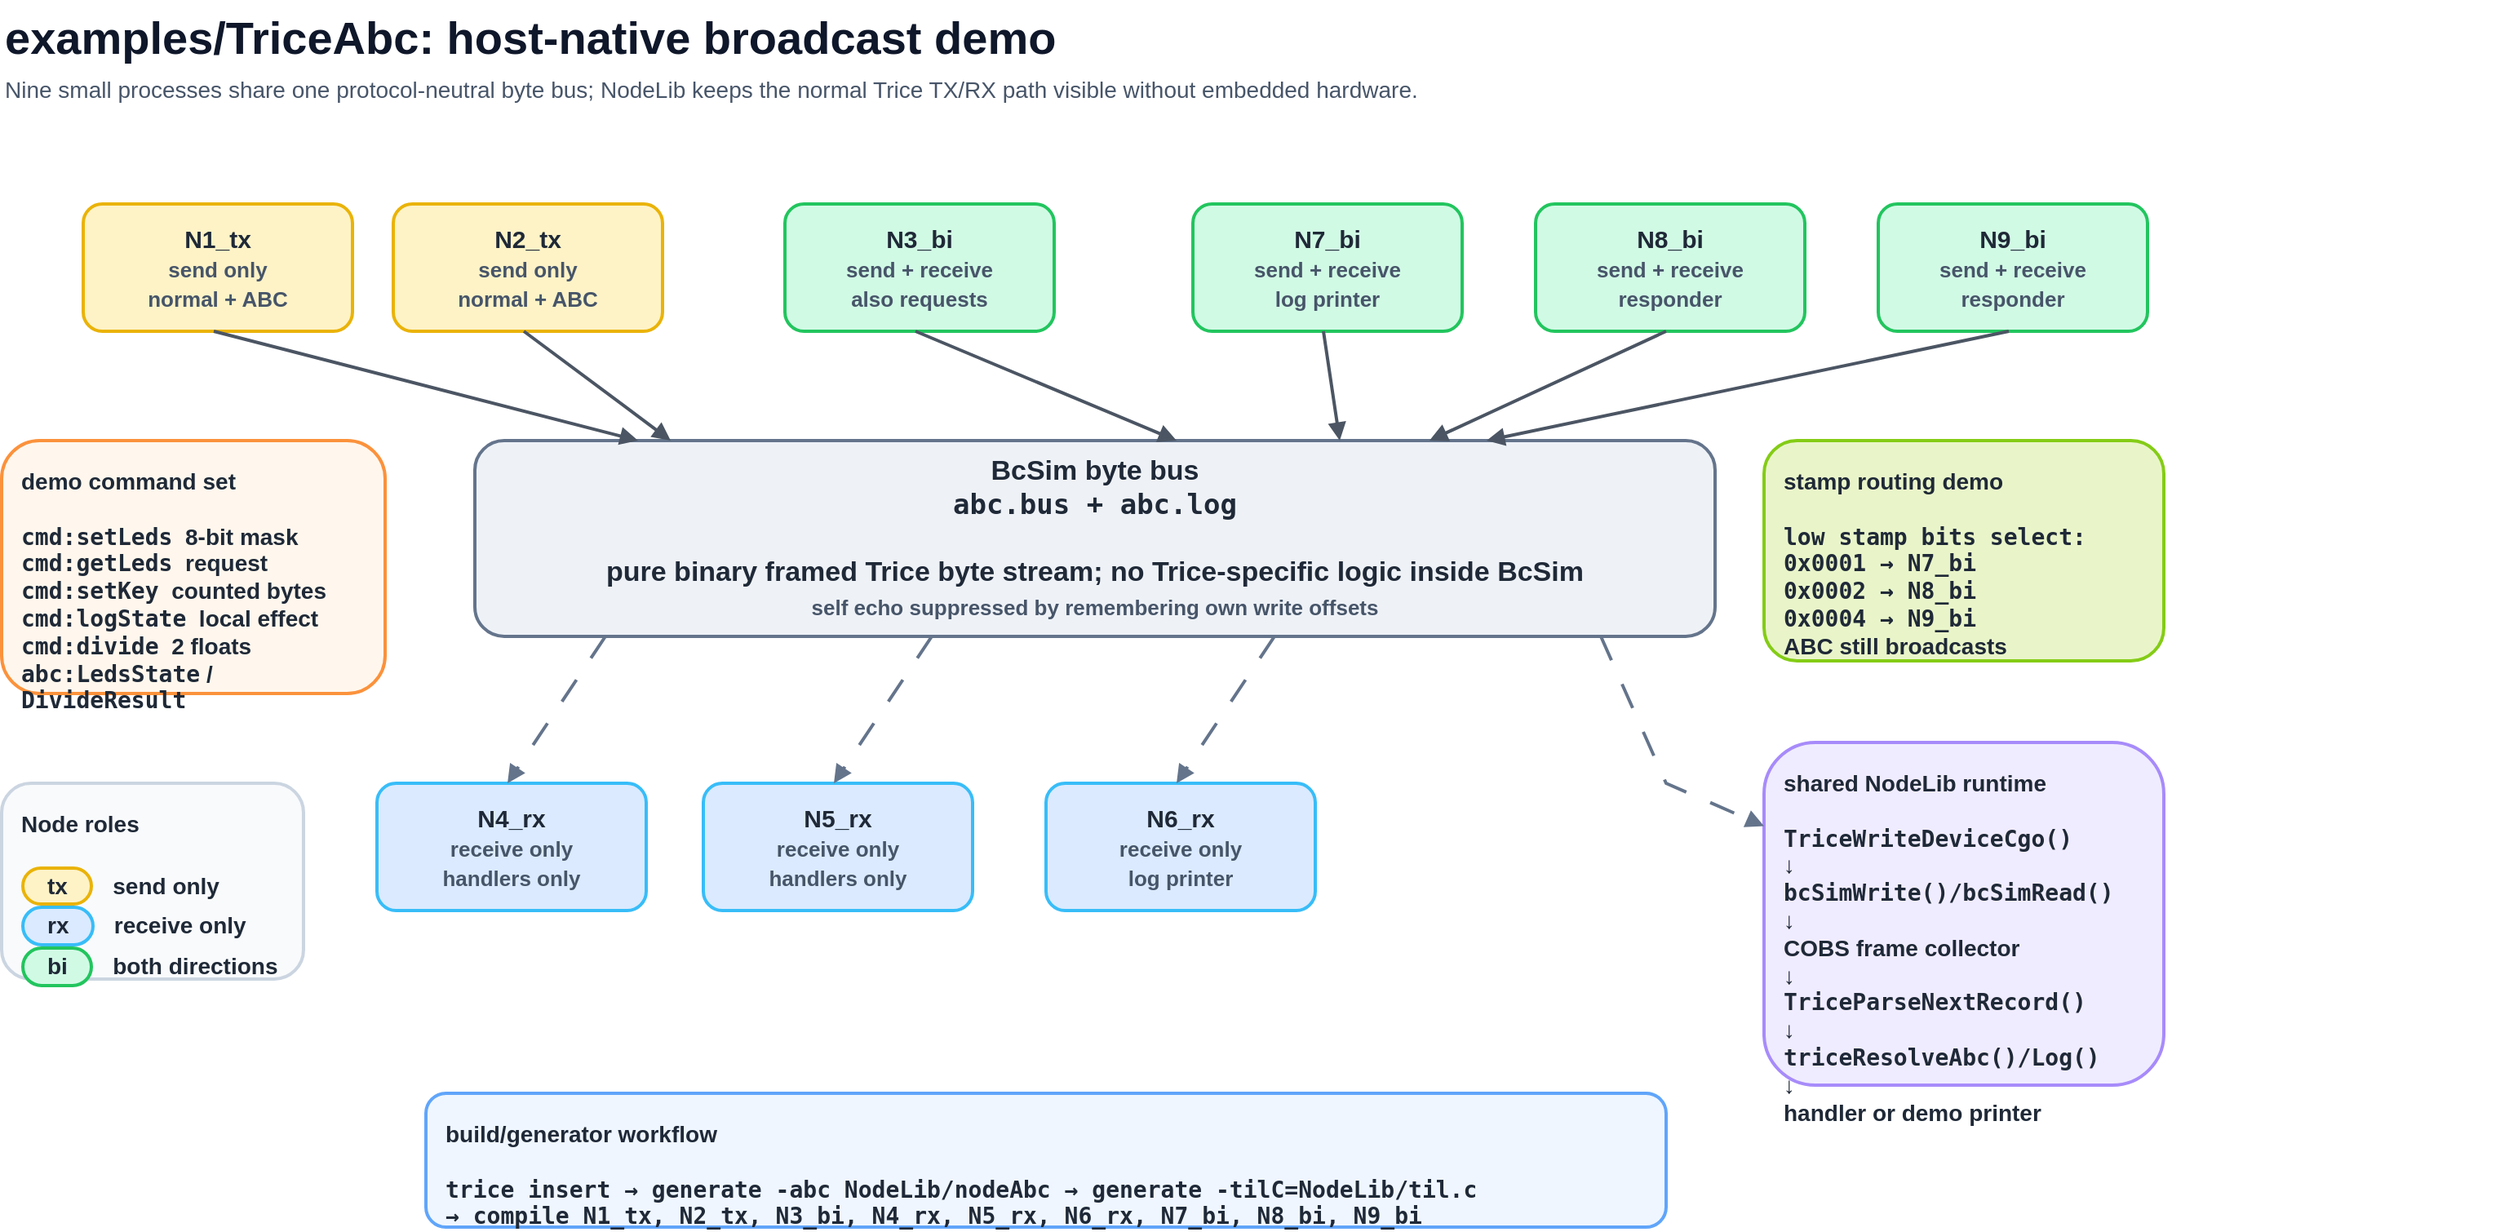
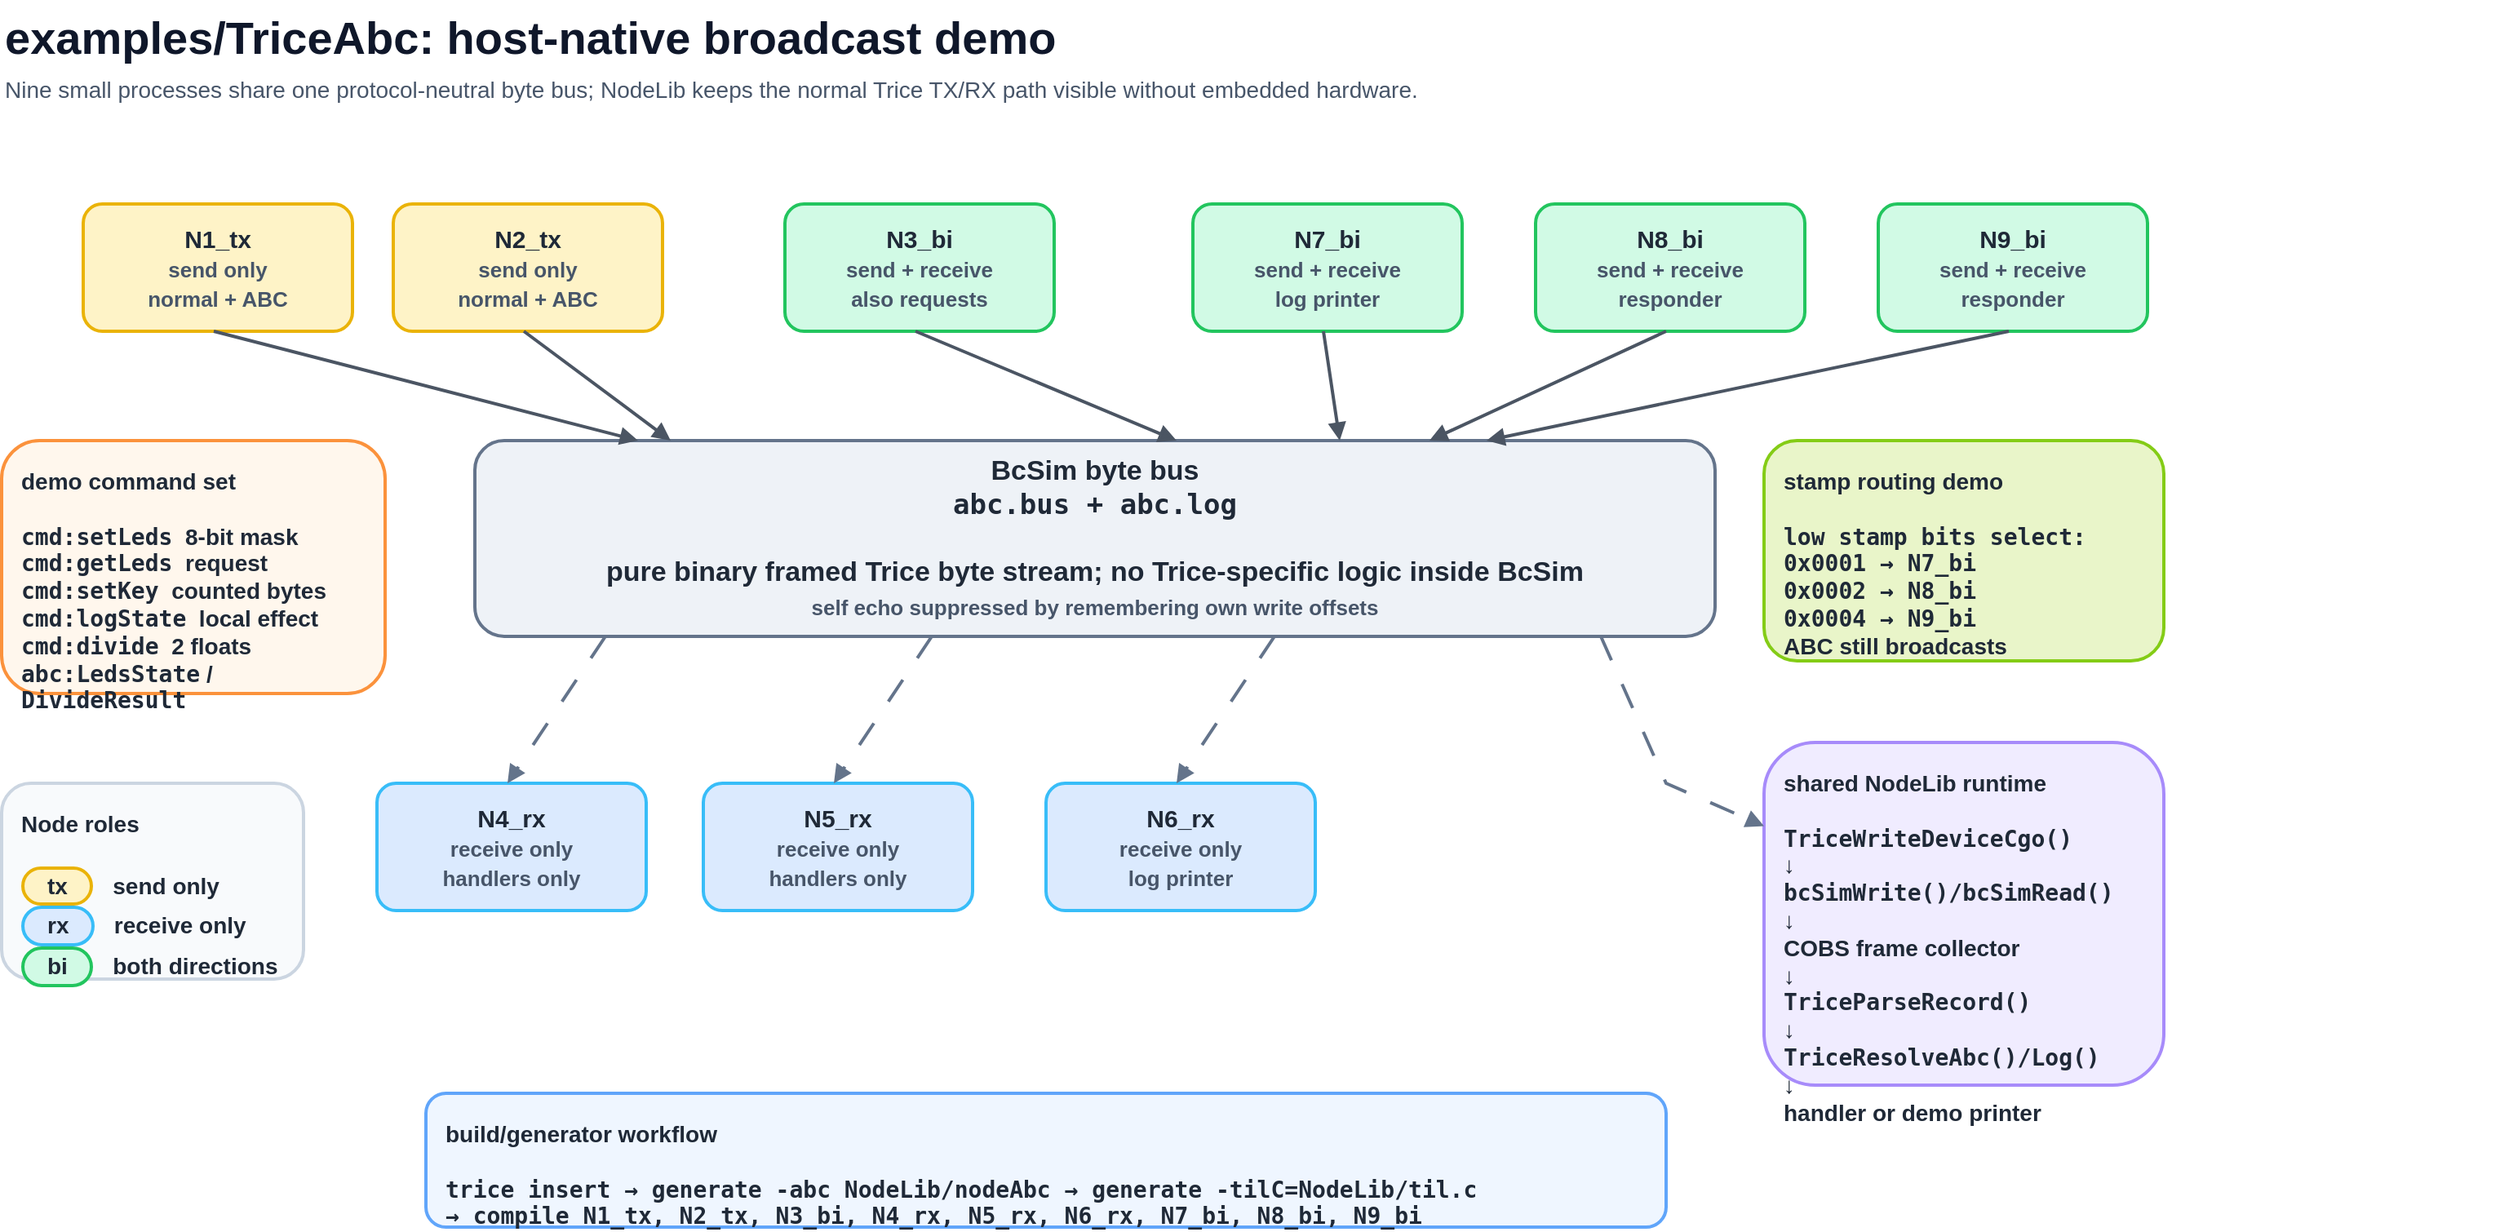
<?xml version="1.0" encoding="UTF-8"?>
<mxfile host="app.diagrams.net" modified="2026-06-26T12:00:00.000Z" agent="OpenAI" version="24.7.17" type="device">
  <diagram id="diagram1" name="TriceAbc host demo bus">
    <mxGraphModel dx="1700" dy="1100" grid="1" gridSize="10" guides="1" tooltips="1" connect="1" arrows="1" fold="1" page="1" pageScale="1" pageWidth="1700" pageHeight="1100" math="0" shadow="0">
      <root>
        <mxCell id="0"/>
        <mxCell id="1" parent="0"/>
        <mxCell id="2" value="examples/TriceAbc: host-native broadcast demo" style="text;html=1;strokeColor=none;fillColor=none;align=left;verticalAlign=top;whiteSpace=wrap;rounded=0;fontSize=28;fontStyle=1;fontColor=#0f172a;" vertex="1" parent="1">
          <mxGeometry x="40" y="20" width="1500" height="40" as="geometry"/>
        </mxCell>
        <mxCell id="3" value="Nine small processes share one protocol-neutral byte bus; NodeLib keeps the normal Trice TX/RX path visible without embedded hardware." style="text;html=1;strokeColor=none;fillColor=none;align=left;verticalAlign=top;whiteSpace=wrap;rounded=0;fontSize=14;fontColor=#475569;" vertex="1" parent="1">
          <mxGeometry x="40" y="60" width="1530" height="28" as="geometry"/>
        </mxCell>
        <mxCell id="4" value="&lt;div style=&quot;text-align:center;&quot;&gt;&lt;b&gt;N1_tx&lt;/b&gt;&lt;br/&gt;&lt;font style=&quot;font-size:13px;color:#475569;&quot;&gt;send only&lt;br/&gt;normal + ABC&lt;/font&gt;&lt;/div&gt;" style="rounded=1;whiteSpace=wrap;html=1;fillColor=#fef3c7;strokeColor=#eab308;strokeWidth=2;fontSize=15;fontColor=#1f2937;fontStyle=1;align=center;verticalAlign=middle;spacing=8;" vertex="1" parent="1">
          <mxGeometry x="90" y="145" width="165" height="78" as="geometry"/>
        </mxCell>
        <mxCell id="5" value="&lt;div style=&quot;text-align:center;&quot;&gt;&lt;b&gt;N2_tx&lt;/b&gt;&lt;br/&gt;&lt;font style=&quot;font-size:13px;color:#475569;&quot;&gt;send only&lt;br/&gt;normal + ABC&lt;/font&gt;&lt;/div&gt;" style="rounded=1;whiteSpace=wrap;html=1;fillColor=#fef3c7;strokeColor=#eab308;strokeWidth=2;fontSize=15;fontColor=#1f2937;fontStyle=1;align=center;verticalAlign=middle;spacing=8;" vertex="1" parent="1">
          <mxGeometry x="280" y="145" width="165" height="78" as="geometry"/>
        </mxCell>
        <mxCell id="6" value="&lt;div style=&quot;text-align:center;&quot;&gt;&lt;b&gt;N3_bi&lt;/b&gt;&lt;br/&gt;&lt;font style=&quot;font-size:13px;color:#475569;&quot;&gt;send + receive&lt;br/&gt;also requests&lt;/font&gt;&lt;/div&gt;" style="rounded=1;whiteSpace=wrap;html=1;fillColor=#d1fae5;strokeColor=#22c55e;strokeWidth=2;fontSize=15;fontColor=#1f2937;fontStyle=1;align=center;verticalAlign=middle;spacing=8;" vertex="1" parent="1">
          <mxGeometry x="520" y="145" width="165" height="78" as="geometry"/>
        </mxCell>
        <mxCell id="7" value="&lt;div style=&quot;text-align:center;&quot;&gt;&lt;b&gt;N7_bi&lt;/b&gt;&lt;br/&gt;&lt;font style=&quot;font-size:13px;color:#475569;&quot;&gt;send + receive&lt;br/&gt;log printer&lt;/font&gt;&lt;/div&gt;" style="rounded=1;whiteSpace=wrap;html=1;fillColor=#d1fae5;strokeColor=#22c55e;strokeWidth=2;fontSize=15;fontColor=#1f2937;fontStyle=1;align=center;verticalAlign=middle;spacing=8;" vertex="1" parent="1">
          <mxGeometry x="770" y="145" width="165" height="78" as="geometry"/>
        </mxCell>
        <mxCell id="8" value="&lt;div style=&quot;text-align:center;&quot;&gt;&lt;b&gt;N8_bi&lt;/b&gt;&lt;br/&gt;&lt;font style=&quot;font-size:13px;color:#475569;&quot;&gt;send + receive&lt;br/&gt;responder&lt;/font&gt;&lt;/div&gt;" style="rounded=1;whiteSpace=wrap;html=1;fillColor=#d1fae5;strokeColor=#22c55e;strokeWidth=2;fontSize=15;fontColor=#1f2937;fontStyle=1;align=center;verticalAlign=middle;spacing=8;" vertex="1" parent="1">
          <mxGeometry x="980" y="145" width="165" height="78" as="geometry"/>
        </mxCell>
        <mxCell id="9" value="&lt;div style=&quot;text-align:center;&quot;&gt;&lt;b&gt;N9_bi&lt;/b&gt;&lt;br/&gt;&lt;font style=&quot;font-size:13px;color:#475569;&quot;&gt;send + receive&lt;br/&gt;responder&lt;/font&gt;&lt;/div&gt;" style="rounded=1;whiteSpace=wrap;html=1;fillColor=#d1fae5;strokeColor=#22c55e;strokeWidth=2;fontSize=15;fontColor=#1f2937;fontStyle=1;align=center;verticalAlign=middle;spacing=8;" vertex="1" parent="1">
          <mxGeometry x="1190" y="145" width="165" height="78" as="geometry"/>
        </mxCell>
        <mxCell id="10" value="&lt;div style=&quot;text-align:center;&quot;&gt;&lt;b&gt;BcSim byte bus&lt;/b&gt;&lt;br/&gt;&lt;font face=&quot;monospace&quot;&gt;abc.bus + abc.log&lt;/font&gt;&lt;br/&gt;&lt;br/&gt;pure binary framed Trice byte stream; no Trice-specific logic inside BcSim&lt;br/&gt;&lt;span style=&quot;font-size:13px;color:#475569;&quot;&gt;self echo suppressed by remembering own write offsets&lt;/span&gt;&lt;/div&gt;" style="rounded=1;whiteSpace=wrap;html=1;fillColor=#eef2f7;strokeColor=#64748b;strokeWidth=2;fontSize=17;fontColor=#1f2937;fontStyle=1;align=center;verticalAlign=middle;spacing=8;" vertex="1" parent="1">
          <mxGeometry x="330" y="290" width="760" height="120" as="geometry"/>
        </mxCell>
        <mxCell id="11" value="&lt;b&gt;demo command set&lt;/b&gt;&lt;br/&gt;&lt;br/&gt;&lt;font face=&quot;monospace&quot;&gt;cmd:setLeds&lt;/font&gt; &amp;nbsp;8-bit mask&lt;br/&gt;&lt;font face=&quot;monospace&quot;&gt;cmd:getLeds&lt;/font&gt; &amp;nbsp;request&lt;br/&gt;&lt;font face=&quot;monospace&quot;&gt;cmd:setKey&lt;/font&gt; &amp;nbsp;counted bytes&lt;br/&gt;&lt;font face=&quot;monospace&quot;&gt;cmd:logState&lt;/font&gt; &amp;nbsp;local effect&lt;br/&gt;&lt;font face=&quot;monospace&quot;&gt;cmd:divide&lt;/font&gt; &amp;nbsp;2 floats&lt;br/&gt;&lt;font face=&quot;monospace&quot;&gt;abc:LedsState&lt;/font&gt; / &lt;font face=&quot;monospace&quot;&gt;DivideResult&lt;/font&gt;" style="rounded=1;whiteSpace=wrap;html=1;fillColor=#fff7ed;strokeColor=#fb923c;strokeWidth=2;fontSize=14;fontColor=#1f2937;fontStyle=1;align=left;verticalAlign=top;spacing=12;" vertex="1" parent="1">
          <mxGeometry x="40" y="290" width="235" height="155" as="geometry"/>
        </mxCell>
        <mxCell id="12" value="&lt;b&gt;stamp routing demo&lt;/b&gt;&lt;br/&gt;&lt;br/&gt;&lt;font face=&quot;monospace&quot;&gt;low stamp bits select:&lt;/font&gt;&lt;br/&gt;&lt;font face=&quot;monospace&quot;&gt;0x0001 → N7_bi&lt;/font&gt;&lt;br/&gt;&lt;font face=&quot;monospace&quot;&gt;0x0002 → N8_bi&lt;/font&gt;&lt;br/&gt;&lt;font face=&quot;monospace&quot;&gt;0x0004 → N9_bi&lt;/font&gt;&lt;br/&gt;ABC still broadcasts" style="rounded=1;whiteSpace=wrap;html=1;fillColor=#e9f5c9;strokeColor=#84cc16;strokeWidth=2;fontSize=14;fontColor=#1f2937;fontStyle=1;align=left;verticalAlign=top;spacing=12;" vertex="1" parent="1">
          <mxGeometry x="1120" y="290" width="245" height="135" as="geometry"/>
        </mxCell>
-         <mxCell id="13" value="&lt;b&gt;shared NodeLib runtime&lt;/b&gt;&lt;br/&gt;&lt;br/&gt;&lt;font face=&quot;monospace&quot;&gt;TriceWriteDeviceCgo()&lt;/font&gt;&lt;br/&gt;↓&lt;br/&gt;&lt;font face=&quot;monospace&quot;&gt;bcSimWrite()/bcSimRead()&lt;/font&gt;&lt;br/&gt;↓&lt;br/&gt;COBS frame collector&lt;br/&gt;↓&lt;br/&gt;&lt;font face=&quot;monospace&quot;&gt;TriceParseNextRecord()&lt;/font&gt;&lt;br/&gt;↓&lt;br/&gt;&lt;font face=&quot;monospace&quot;&gt;triceResolveAbc()/Log()&lt;/font&gt;&lt;br/&gt;↓&lt;br/&gt;handler or demo printer" style="rounded=1;whiteSpace=wrap;html=1;fillColor=#f0ecff;strokeColor=#a78bfa;strokeWidth=2;fontSize=14;fontColor=#1f2937;fontStyle=1;align=left;verticalAlign=top;spacing=12;" vertex="1" parent="1">
+         <mxCell id="13" value="&lt;b&gt;shared NodeLib runtime&lt;/b&gt;&lt;br/&gt;&lt;br/&gt;&lt;font face=&quot;monospace&quot;&gt;TriceWriteDeviceCgo()&lt;/font&gt;&lt;br/&gt;↓&lt;br/&gt;&lt;font face=&quot;monospace&quot;&gt;bcSimWrite()/bcSimRead()&lt;/font&gt;&lt;br/&gt;↓&lt;br/&gt;COBS frame collector&lt;br/&gt;↓&lt;br/&gt;&lt;font face=&quot;monospace&quot;&gt;TriceParseRecord()&lt;/font&gt;&lt;br/&gt;↓&lt;br/&gt;&lt;font face=&quot;monospace&quot;&gt;TriceResolveAbc()/Log()&lt;/font&gt;&lt;br/&gt;↓&lt;br/&gt;handler or demo printer" style="rounded=1;whiteSpace=wrap;html=1;fillColor=#f0ecff;strokeColor=#a78bfa;strokeWidth=2;fontSize=14;fontColor=#1f2937;fontStyle=1;align=left;verticalAlign=top;spacing=12;" vertex="1" parent="1">
          <mxGeometry x="1120" y="475" width="245" height="210" as="geometry"/>
        </mxCell>
        <mxCell id="14" value="&lt;b&gt;Node roles&lt;/b&gt;&lt;br/&gt;&lt;br/&gt;&lt;span style=&quot;display:inline-block;border:2px solid #eab308;border-radius:999px;padding:2px 14px;background:#fef3c7;&quot;&gt;tx&lt;/span&gt; &amp;nbsp; send only&lt;br/&gt;&lt;span style=&quot;display:inline-block;border:2px solid #38bdf8;border-radius:999px;padding:2px 14px;background:#dbeafe;&quot;&gt;rx&lt;/span&gt; &amp;nbsp; receive only&lt;br/&gt;&lt;span style=&quot;display:inline-block;border:2px solid #22c55e;border-radius:999px;padding:2px 14px;background:#d1fae5;&quot;&gt;bi&lt;/span&gt; &amp;nbsp; both directions" style="rounded=1;whiteSpace=wrap;html=1;fillColor=#f8fafc;strokeColor=#cbd5e1;strokeWidth=2;fontSize=14;fontColor=#1f2937;fontStyle=1;align=left;verticalAlign=top;spacing=12;" vertex="1" parent="1">
          <mxGeometry x="40" y="500" width="185" height="120" as="geometry"/>
        </mxCell>
        <mxCell id="15" value="&lt;div style=&quot;text-align:center;&quot;&gt;&lt;b&gt;N4_rx&lt;/b&gt;&lt;br/&gt;&lt;font style=&quot;font-size:13px;color:#475569;&quot;&gt;receive only&lt;br/&gt;handlers only&lt;/font&gt;&lt;/div&gt;" style="rounded=1;whiteSpace=wrap;html=1;fillColor=#dbeafe;strokeColor=#38bdf8;strokeWidth=2;fontSize=15;fontColor=#1f2937;fontStyle=1;align=center;verticalAlign=middle;spacing=8;" vertex="1" parent="1">
          <mxGeometry x="270" y="500" width="165" height="78" as="geometry"/>
        </mxCell>
        <mxCell id="16" value="&lt;div style=&quot;text-align:center;&quot;&gt;&lt;b&gt;N5_rx&lt;/b&gt;&lt;br/&gt;&lt;font style=&quot;font-size:13px;color:#475569;&quot;&gt;receive only&lt;br/&gt;handlers only&lt;/font&gt;&lt;/div&gt;" style="rounded=1;whiteSpace=wrap;html=1;fillColor=#dbeafe;strokeColor=#38bdf8;strokeWidth=2;fontSize=15;fontColor=#1f2937;fontStyle=1;align=center;verticalAlign=middle;spacing=8;" vertex="1" parent="1">
          <mxGeometry x="470" y="500" width="165" height="78" as="geometry"/>
        </mxCell>
        <mxCell id="17" value="&lt;div style=&quot;text-align:center;&quot;&gt;&lt;b&gt;N6_rx&lt;/b&gt;&lt;br/&gt;&lt;font style=&quot;font-size:13px;color:#475569;&quot;&gt;receive only&lt;br/&gt;log printer&lt;/font&gt;&lt;/div&gt;" style="rounded=1;whiteSpace=wrap;html=1;fillColor=#dbeafe;strokeColor=#38bdf8;strokeWidth=2;fontSize=15;fontColor=#1f2937;fontStyle=1;align=center;verticalAlign=middle;spacing=8;" vertex="1" parent="1">
          <mxGeometry x="680" y="500" width="165" height="78" as="geometry"/>
        </mxCell>
        <mxCell id="18" value="&lt;b&gt;build/generator workflow&lt;/b&gt;&lt;br/&gt;&lt;br/&gt;&lt;font face=&quot;monospace&quot;&gt;trice insert → generate -abc NodeLib/nodeAbc → generate -tilC=NodeLib/til.c&lt;/font&gt;&lt;br/&gt;&lt;font face=&quot;monospace&quot;&gt;→ compile N1_tx, N2_tx, N3_bi, N4_rx, N5_rx, N6_rx, N7_bi, N8_bi, N9_bi&lt;/font&gt;" style="rounded=1;whiteSpace=wrap;html=1;fillColor=#eff6ff;strokeColor=#60a5fa;strokeWidth=2;fontSize=14;fontColor=#1f2937;fontStyle=1;align=left;verticalAlign=top;spacing=12;" vertex="1" parent="1">
          <mxGeometry x="300" y="690" width="760" height="82" as="geometry"/>
        </mxCell>
        <mxCell id="19" value="" style="endArrow=block;endFill=1;strokeColor=#4b5563;strokeWidth=2;rounded=0;html=1;jettySize=auto;orthogonalLoop=1;" edge="1" parent="1" source="4" target="10">
          <mxGeometry relative="1" as="geometry">
            <Array as="points">
              <mxPoint x="170" y="223"/>
              <mxPoint x="430" y="290"/>
            </Array>
          </mxGeometry>
        </mxCell>
        <mxCell id="20" value="" style="endArrow=block;endFill=1;strokeColor=#4b5563;strokeWidth=2;rounded=0;html=1;jettySize=auto;orthogonalLoop=1;" edge="1" parent="1" source="5" target="10">
          <mxGeometry relative="1" as="geometry">
            <Array as="points">
              <mxPoint x="360" y="223"/>
              <mxPoint x="450" y="290"/>
            </Array>
          </mxGeometry>
        </mxCell>
        <mxCell id="21" value="" style="endArrow=block;endFill=1;strokeColor=#4b5563;strokeWidth=2;rounded=0;html=1;jettySize=auto;orthogonalLoop=1;" edge="1" parent="1" source="6" target="10">
          <mxGeometry relative="1" as="geometry">
            <Array as="points">
              <mxPoint x="600" y="223"/>
              <mxPoint x="760" y="290"/>
            </Array>
          </mxGeometry>
        </mxCell>
        <mxCell id="22" value="" style="endArrow=block;endFill=1;strokeColor=#4b5563;strokeWidth=2;rounded=0;html=1;jettySize=auto;orthogonalLoop=1;" edge="1" parent="1" source="7" target="10">
          <mxGeometry relative="1" as="geometry">
            <Array as="points">
              <mxPoint x="850" y="223"/>
              <mxPoint x="860" y="290"/>
            </Array>
          </mxGeometry>
        </mxCell>
        <mxCell id="23" value="" style="endArrow=block;endFill=1;strokeColor=#4b5563;strokeWidth=2;rounded=0;html=1;jettySize=auto;orthogonalLoop=1;" edge="1" parent="1" source="8" target="10">
          <mxGeometry relative="1" as="geometry">
            <Array as="points">
              <mxPoint x="1060" y="223"/>
              <mxPoint x="915" y="290"/>
            </Array>
          </mxGeometry>
        </mxCell>
        <mxCell id="24" value="" style="endArrow=block;endFill=1;strokeColor=#4b5563;strokeWidth=2;rounded=0;html=1;jettySize=auto;orthogonalLoop=1;" edge="1" parent="1" source="9" target="10">
          <mxGeometry relative="1" as="geometry">
            <Array as="points">
              <mxPoint x="1270" y="223"/>
              <mxPoint x="950" y="290"/>
            </Array>
          </mxGeometry>
        </mxCell>
        <mxCell id="25" value="" style="endArrow=block;endFill=1;strokeColor=#64748b;strokeWidth=2;rounded=0;html=1;dashed=1;dashPattern=8 8;jettySize=auto;orthogonalLoop=1;" edge="1" parent="1" source="10" target="15">
          <mxGeometry relative="1" as="geometry">
            <Array as="points">
              <mxPoint x="410" y="410"/>
              <mxPoint x="350" y="500"/>
            </Array>
          </mxGeometry>
        </mxCell>
        <mxCell id="26" value="" style="endArrow=block;endFill=1;strokeColor=#64748b;strokeWidth=2;rounded=0;html=1;dashed=1;dashPattern=8 8;jettySize=auto;orthogonalLoop=1;" edge="1" parent="1" source="10" target="16">
          <mxGeometry relative="1" as="geometry">
            <Array as="points">
              <mxPoint x="610" y="410"/>
              <mxPoint x="550" y="500"/>
            </Array>
          </mxGeometry>
        </mxCell>
        <mxCell id="27" value="" style="endArrow=block;endFill=1;strokeColor=#64748b;strokeWidth=2;rounded=0;html=1;dashed=1;dashPattern=8 8;jettySize=auto;orthogonalLoop=1;" edge="1" parent="1" source="10" target="17">
          <mxGeometry relative="1" as="geometry">
            <Array as="points">
              <mxPoint x="820" y="410"/>
              <mxPoint x="760" y="500"/>
            </Array>
          </mxGeometry>
        </mxCell>
        <mxCell id="28" value="" style="endArrow=block;endFill=1;strokeColor=#64748b;strokeWidth=2;rounded=0;html=1;dashed=1;dashPattern=8 8;jettySize=auto;orthogonalLoop=1;" edge="1" parent="1" source="10" target="13">
          <mxGeometry relative="1" as="geometry">
            <Array as="points">
              <mxPoint x="1020" y="410"/>
              <mxPoint x="1060" y="500"/>
            </Array>
          </mxGeometry>
        </mxCell>
      </root>
    </mxGraphModel>
  </diagram>
</mxfile>
